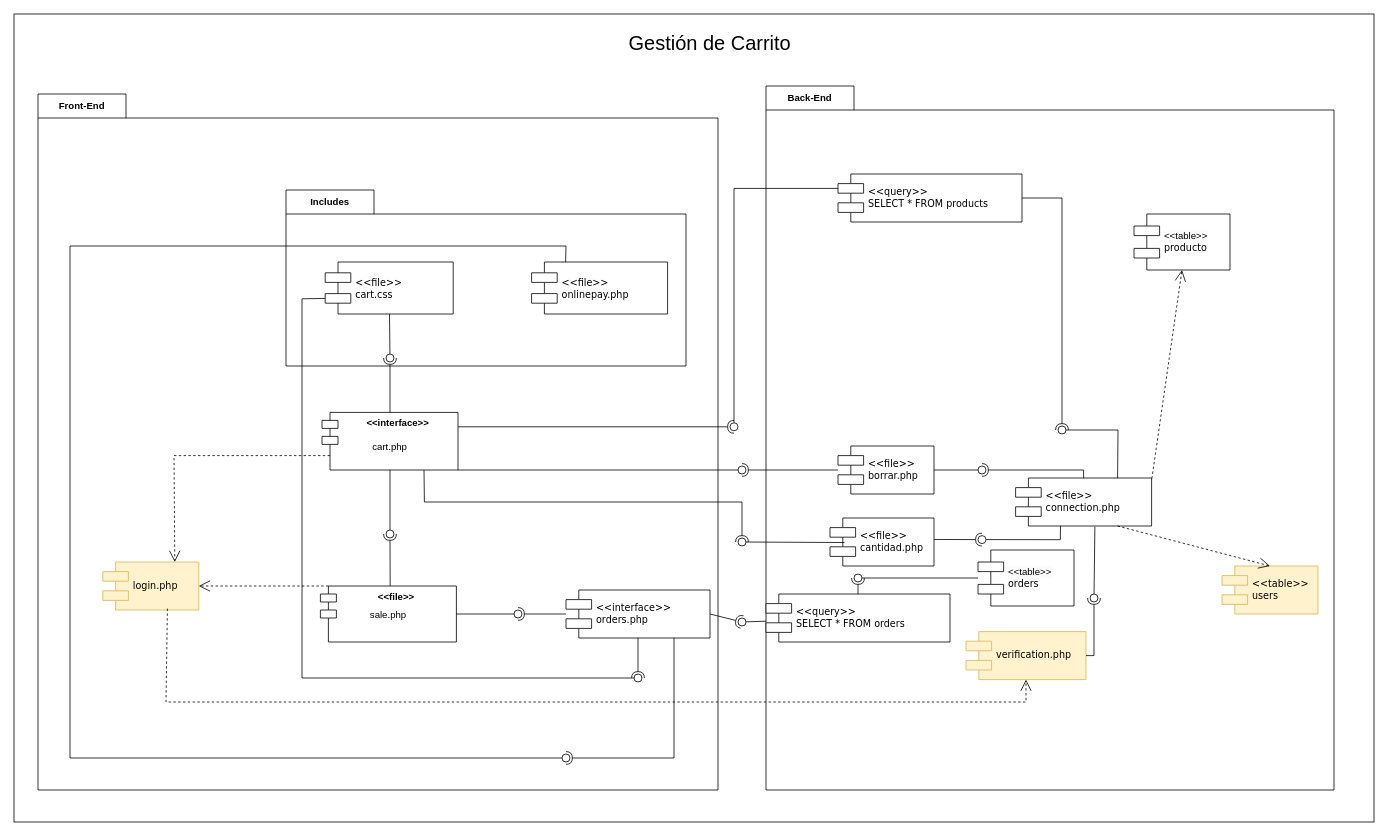
Above: Diagramas/DiagramaComponentesCDua.drawio in JorgeADnro/Torres (draw.io), before the change. Source tidied: cells renumbered, new cells numbered last; positions are measured from the earlier drawing's top-left corner, leaving out a move shared by most shapes. Both pictures are drawn from the tidied source at 80%, with x=0, y=0 at pixel (14, 14).
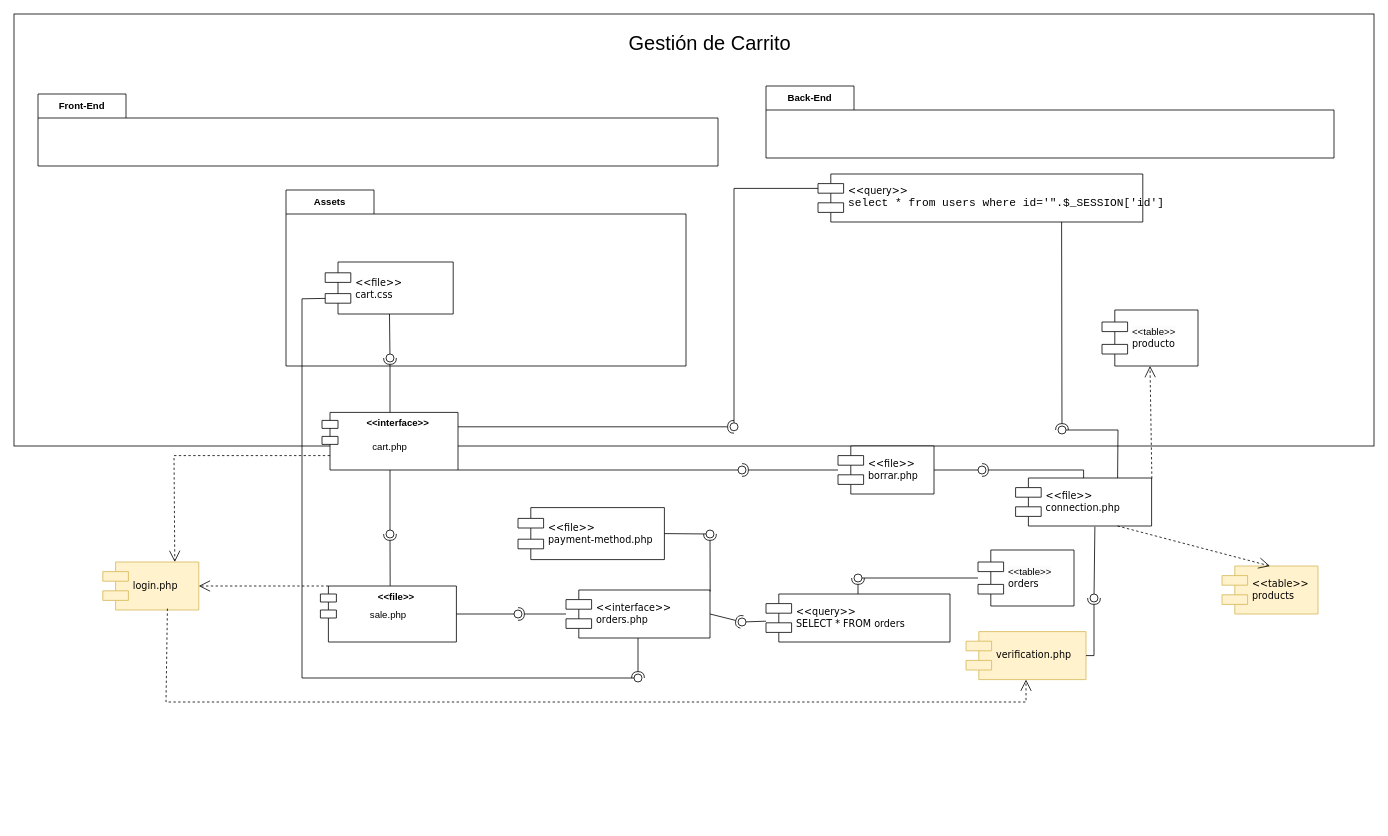
The same page after the edit.

Unchanged cells that the change refers to:
```xml
<mxCell id="6" value="&amp;lt;&amp;lt;interface&amp;gt;&amp;gt;" style="shape=module;align=left;spacingLeft=20;align=center;verticalAlign=top;whiteSpace=wrap;html=1;fontStyle=1;" parent="1" vertex="1">
  <mxGeometry x="385" y="498" width="170" height="72" as="geometry" />
</mxCell>
<mxCell id="13" value="&amp;lt;&amp;lt;interface&amp;gt;&amp;gt;&lt;br&gt;orders.php" style="shape=component;align=left;spacingLeft=36;rounded=0;shadow=0;comic=0;labelBackgroundColor=none;strokeWidth=1;fontFamily=Verdana;fontSize=12;html=1;" parent="1" vertex="1">
  <mxGeometry x="690" y="720" width="180" height="60" as="geometry" />
</mxCell>
```

Diff of the diagram source:
```diff
@@
     <mxCell id="2" style="rounded=0;whiteSpace=wrap;html=1;" parent="1" vertex="1">
-      <mxGeometry width="1700" height="1010" as="geometry" />
+      <mxGeometry width="1700" height="540" as="geometry" />
     </mxCell>
     <mxCell id="3" value="Front-End" style="shape=folder;fontStyle=1;tabWidth=110;tabHeight=30;tabPosition=left;html=1;boundedLbl=1;labelInHeader=1;whiteSpace=wrap;" parent="1" vertex="1">
-      <mxGeometry x="30" y="100" width="850" height="870" as="geometry" />
+      <mxGeometry x="30" y="100" width="850" height="90" as="geometry" />
     </mxCell>
     <mxCell id="4" value="Back-End" style="shape=folder;fontStyle=1;tabWidth=110;tabHeight=30;tabPosition=left;html=1;boundedLbl=1;labelInHeader=1;whiteSpace=wrap;" parent="1" vertex="1">
-      <mxGeometry x="940" y="90" width="710" height="880" as="geometry" />
+      <mxGeometry x="940" y="90" width="710" height="90" as="geometry" />
     </mxCell>
-    <mxCell id="5" value="Includes" style="shape=folder;fontStyle=1;tabWidth=110;tabHeight=30;tabPosition=left;html=1;boundedLbl=1;labelInHeader=1;whiteSpace=wrap;" parent="1" vertex="1">
+    <mxCell id="5" value="Assets" style="shape=folder;fontStyle=1;tabWidth=110;tabHeight=30;tabPosition=left;html=1;boundedLbl=1;labelInHeader=1;whiteSpace=wrap;" parent="1" vertex="1">
       <mxGeometry x="340" y="220" width="500" height="220" as="geometry" />
     </mxCell>
@@
-    <mxCell id="23" value="&amp;lt;&amp;lt;file&amp;gt;&amp;gt;&lt;br&gt;onlinepay.php" style="shape=component;align=left;spacingLeft=36;rounded=0;shadow=0;comic=0;labelBackgroundColor=none;strokeWidth=1;fontFamily=Verdana;fontSize=12;html=1;" parent="1" vertex="1">
-      <mxGeometry x="647" y="310" width="170" height="65" as="geometry" />
+    <mxCell id="23" value="&amp;lt;&amp;lt;file&amp;gt;&amp;gt;&lt;br&gt;payment-method.php" style="shape=component;align=left;spacingLeft=36;rounded=0;shadow=0;comic=0;labelBackgroundColor=none;strokeWidth=1;fontFamily=Verdana;fontSize=12;html=1;" parent="1" vertex="1">
+      <mxGeometry x="630" y="617" width="183" height="65" as="geometry" />
     </mxCell>
-    <mxCell id="24" style="rounded=0;jettySize=auto;html=1;endArrow=oval;endFill=0;sketch=0;sourcePerimeterSpacing=0;targetPerimeterSpacing=0;endSize=10;exitX=0.25;exitY=0;exitDx=0;exitDy=0;" parent="1" edge="1" source="23">
+    <mxCell id="24" style="rounded=0;jettySize=auto;html=1;endArrow=oval;endFill=0;sketch=0;sourcePerimeterSpacing=0;targetPerimeterSpacing=0;endSize=10;exitX=1;exitY=0.5;exitDx=0;exitDy=0;" parent="1" edge="1" source="23">
       <mxGeometry relative="1" as="geometry">
-        <mxPoint x="690" y="930" as="targetPoint" />
-        <Array as="points">
-          <mxPoint x="690" y="290" />
-          <mxPoint x="70" y="290" />
-          <mxPoint x="70" y="930" />
-        </Array>
+        <mxPoint x="870" y="650" as="targetPoint" />
       </mxGeometry>
     </mxCell>
@@
-    <mxCell id="27" value="&amp;lt;&amp;lt;table&amp;gt;&amp;gt;&lt;br&gt;users" style="shape=component;align=left;spacingLeft=36;rounded=0;shadow=0;comic=0;labelBackgroundColor=none;strokeWidth=1;fontFamily=Verdana;fontSize=12;html=1;fillColor=#fff2cc;strokeColor=#d6b656;" parent="1" vertex="1">
+    <mxCell id="27" value="&amp;lt;&amp;lt;table&amp;gt;&amp;gt;&lt;br&gt;products" style="shape=component;align=left;spacingLeft=36;rounded=0;shadow=0;comic=0;labelBackgroundColor=none;strokeWidth=1;fontFamily=Verdana;fontSize=12;html=1;fillColor=#fff2cc;strokeColor=#d6b656;" parent="1" vertex="1">
       <mxGeometry x="1510" y="690" width="120" height="60" as="geometry" />
     </mxCell>
@@
-    <mxCell id="34" value="&amp;lt;&amp;lt;query&amp;gt;&amp;gt;&lt;br&gt;SELECT * FROM products" style="shape=component;align=left;spacingLeft=36;rounded=0;shadow=0;comic=0;labelBackgroundColor=none;strokeWidth=1;fontFamily=Verdana;fontSize=12;html=1;" parent="1" vertex="1">
-      <mxGeometry x="1030" y="200" width="230" height="60" as="geometry" />
+    <mxCell id="34" value="&amp;lt;&amp;lt;query&amp;gt;&amp;gt;&lt;br&gt;&lt;div style=&quot;line-height: 19px;&quot;&gt;&lt;div style=&quot;font-family: Consolas, &amp;quot;Courier New&amp;quot;, monospace; font-size: 14px; line-height: 19px;&quot;&gt;select * from users where id='&quot;.$_SESSION['id']&lt;/div&gt;&lt;/div&gt;" style="shape=component;align=left;spacingLeft=36;rounded=0;shadow=0;comic=0;labelBackgroundColor=none;strokeWidth=1;fontFamily=Verdana;fontSize=12;html=1;strokeColor=default;" parent="1" vertex="1">
+      <mxGeometry x="1005" y="200" width="406" height="60" as="geometry" />
     </mxCell>
@@
-    <mxCell id="40" value="&amp;lt;&amp;lt;file&amp;gt;&amp;gt;&lt;br&gt;cantidad.php" style="shape=component;align=left;spacingLeft=36;rounded=0;shadow=0;comic=0;labelBackgroundColor=none;strokeWidth=1;fontFamily=Verdana;fontSize=12;html=1;" parent="1" vertex="1">
-      <mxGeometry x="1020" y="630" width="130" height="60" as="geometry" />
-    </mxCell>
@@
     <mxCell id="42" value="&lt;span style=&quot;color: rgb(0, 0, 0); font-family: Helvetica; font-size: 12px; font-style: normal; font-variant-ligatures: normal; font-variant-caps: normal; font-weight: 400; letter-spacing: normal; orphans: 2; text-align: center; text-indent: 0px; text-transform: none; widows: 2; word-spacing: 0px; -webkit-text-stroke-width: 0px; background-color: rgb(251, 251, 251); text-decoration-thickness: initial; text-decoration-style: initial; text-decoration-color: initial; float: none; display: inline !important;&quot;&gt;&amp;lt;&amp;lt;table&amp;gt;&amp;gt;&lt;/span&gt;&lt;br style=&quot;border-color: var(--border-color); color: rgb(0, 0, 0); font-family: Helvetica; font-size: 12px; font-style: normal; font-variant-ligatures: normal; font-variant-caps: normal; font-weight: 400; letter-spacing: normal; orphans: 2; text-align: center; text-indent: 0px; text-transform: none; widows: 2; word-spacing: 0px; -webkit-text-stroke-width: 0px; background-color: rgb(251, 251, 251); text-decoration-thickness: initial; text-decoration-style: initial; text-decoration-color: initial;&quot;&gt;producto" style="shape=component;align=left;spacingLeft=36;rounded=0;shadow=0;comic=0;labelBackgroundColor=none;strokeWidth=1;fontFamily=Verdana;fontSize=12;html=1;" parent="1" vertex="1">
-      <mxGeometry x="1400" y="250" width="120" height="70" as="geometry" />
+      <mxGeometry x="1360" y="370" width="120" height="70" as="geometry" />
     </mxCell>
@@
-    <mxCell id="46" style="rounded=0;jettySize=auto;html=1;endArrow=halfCircle;endFill=0;endSize=6;strokeWidth=1;sketch=0;exitX=1.001;exitY=0.447;exitDx=0;exitDy=0;exitPerimeter=0;" parent="1" edge="1" source="40">
-      <mxGeometry relative="1" as="geometry">
-        <mxPoint x="1210" y="657" as="targetPoint" />
-      </mxGeometry>
-    </mxCell>
@@
-    <mxCell id="48" style="rounded=0;orthogonalLoop=1;jettySize=auto;html=1;endArrow=oval;endFill=0;sketch=0;sourcePerimeterSpacing=0;targetPerimeterSpacing=0;endSize=10;exitX=0.342;exitY=1.049;exitDx=0;exitDy=0;exitPerimeter=0;" parent="1" edge="1">
-      <mxGeometry relative="1" as="geometry">
-        <mxPoint x="1308.1" y="640" as="sourcePoint" />
-        <mxPoint x="1210" y="657" as="targetPoint" />
-        <Array as="points">
-          <mxPoint x="1307.9" y="657.1" />
-        </Array>
-      </mxGeometry>
-    </mxCell>
-    <mxCell id="49" style="rounded=0;jettySize=auto;html=1;endArrow=halfCircle;endFill=0;endSize=6;strokeWidth=1;sketch=0;exitX=1;exitY=0.5;exitDx=0;exitDy=0;" parent="1" edge="1" source="34">
+    <mxCell id="49" style="rounded=0;jettySize=auto;html=1;endArrow=halfCircle;endFill=0;endSize=6;strokeWidth=1;sketch=0;exitX=0.75;exitY=1;exitDx=0;exitDy=0;" parent="1" edge="1" source="34">
       <mxGeometry relative="1" as="geometry">
         <mxPoint x="1310" y="520" as="targetPoint" />
-        <Array as="points">
-          <mxPoint x="1310" y="230" />
-        </Array>
       </mxGeometry>
     </mxCell>
@@
-    <mxCell id="51" style="rounded=0;jettySize=auto;html=1;endArrow=halfCircle;endFill=0;endSize=6;strokeWidth=1;sketch=0;exitX=0.75;exitY=1;exitDx=0;exitDy=0;" parent="1" edge="1" source="6">
-      <mxGeometry relative="1" as="geometry">
-        <mxPoint x="910" y="660" as="targetPoint" />
-        <Array as="points">
-          <mxPoint x="513" y="610" />
-          <mxPoint x="910" y="610" />
-        </Array>
-      </mxGeometry>
-    </mxCell>
-    <mxCell id="52" style="rounded=0;jettySize=auto;html=1;endArrow=oval;endFill=0;sketch=0;sourcePerimeterSpacing=0;targetPerimeterSpacing=0;endSize=10;exitX=0.139;exitY=0.511;exitDx=0;exitDy=0;exitPerimeter=0;" parent="1" edge="1" source="40">
-      <mxGeometry relative="1" as="geometry">
-        <mxPoint x="910" y="660" as="targetPoint" />
-      </mxGeometry>
-    </mxCell>
@@
-    <mxCell id="56" style="rounded=0;jettySize=auto;html=1;endArrow=halfCircle;endFill=0;endSize=6;strokeWidth=1;sketch=0;exitX=0.75;exitY=1;exitDx=0;exitDy=0;" parent="1" edge="1" source="13">
+    <mxCell id="56" style="rounded=0;jettySize=auto;html=1;endArrow=halfCircle;endFill=0;endSize=6;strokeWidth=1;sketch=0;exitX=1.001;exitY=0.031;exitDx=0;exitDy=0;exitPerimeter=0;" parent="1" edge="1" source="13">
       <mxGeometry relative="1" as="geometry">
-        <mxPoint x="690" y="930" as="targetPoint" />
-        <Array as="points">
-          <mxPoint x="825" y="930" />
-        </Array>
+        <mxPoint x="870" y="650" as="targetPoint" />
       </mxGeometry>
     </mxCell>
```
